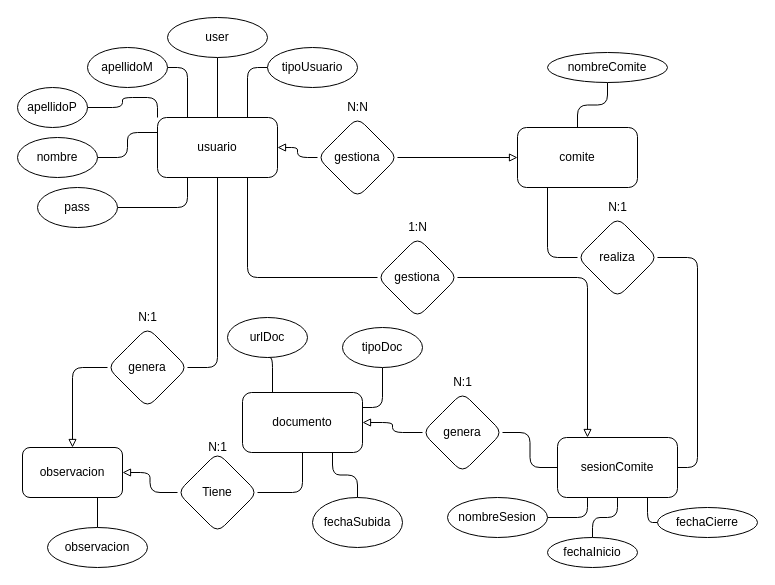
Before: doc/ER.drawio in gabo2600/sesion, a draw.io diagram. Source tidied: cells renumbered, new cells numbered last; positions are measured from the earlier drawing's top-left corner, leaving out a move shared by most shapes. Both pictures are drawn from the tidied source at 100%, with x=0, y=0 at pixel (17, 17).
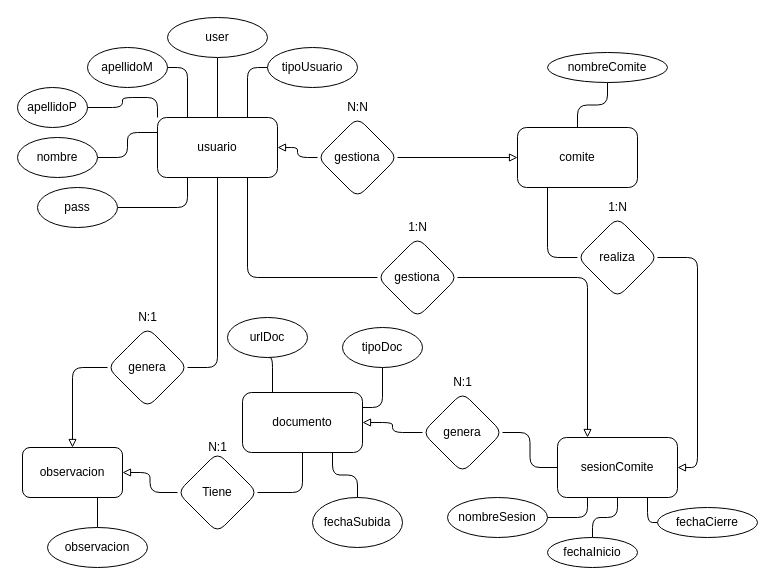
Above is the later version.

The change refers to these unchanged cells:
```xml
<mxCell id="11" value="sesionComite" style="whiteSpace=wrap;html=1;rounded=1;" parent="1" vertex="1">
  <mxGeometry x="540" y="420" width="120" height="60" as="geometry" />
</mxCell>
<mxCell id="30" value="realiza" style="rhombus;whiteSpace=wrap;html=1;rounded=1;" parent="1" vertex="1">
  <mxGeometry x="560" y="200" width="80" height="80" as="geometry" />
</mxCell>
```

Diff of the diagram source:
```diff
@@
-    <mxCell id="29" style="edgeStyle=orthogonalEdgeStyle;rounded=1;jettySize=auto;html=1;exitX=1;exitY=0.5;exitDx=0;exitDy=0;entryX=1;entryY=0.5;entryDx=0;entryDy=0;startArrow=none;startFill=0;endArrow=none;endFill=0;" parent="1" edge="1" source="30" target="11">
+    <mxCell id="29" style="edgeStyle=orthogonalEdgeStyle;rounded=1;jettySize=auto;html=1;exitX=1;exitY=0.5;exitDx=0;exitDy=0;entryX=1;entryY=0.5;entryDx=0;entryDy=0;startArrow=none;startFill=0;endArrow=block;endFill=0;" parent="1" edge="1" source="30" target="11">
       <mxGeometry relative="1" as="geometry" />
     </mxCell>
@@
-    <mxCell id="34" value="N:1" style="text;html=1;align=center;verticalAlign=middle;strokeColor=none;fillColor=none;rounded=1;" parent="1" vertex="1">
+    <mxCell id="34" value="1:N" style="text;html=1;align=center;verticalAlign=middle;strokeColor=none;fillColor=none;rounded=1;" parent="1" vertex="1">
       <mxGeometry x="585" y="180" width="30" height="20" as="geometry" />
     </mxCell>
```
